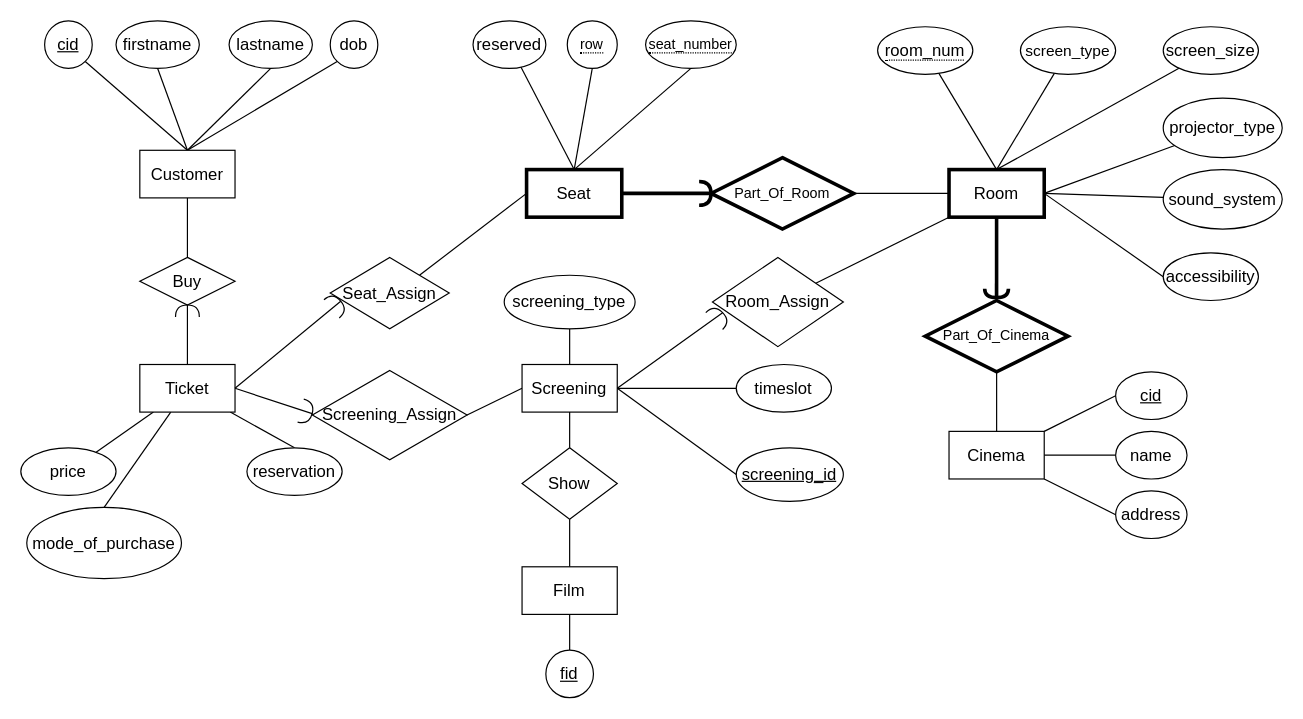
This is Assignment 1/ER Diagram.drawio from nguyen-gia-hien-tu/CS3DB3, a draw.io file, before an edit. Source tidied: cells renumbered, new cells numbered last; positions are measured from the earlier drawing's top-left corner, leaving out a move shared by most shapes. Both pictures are drawn from the tidied source at 119%, with x=0, y=0 at pixel (20, 20).
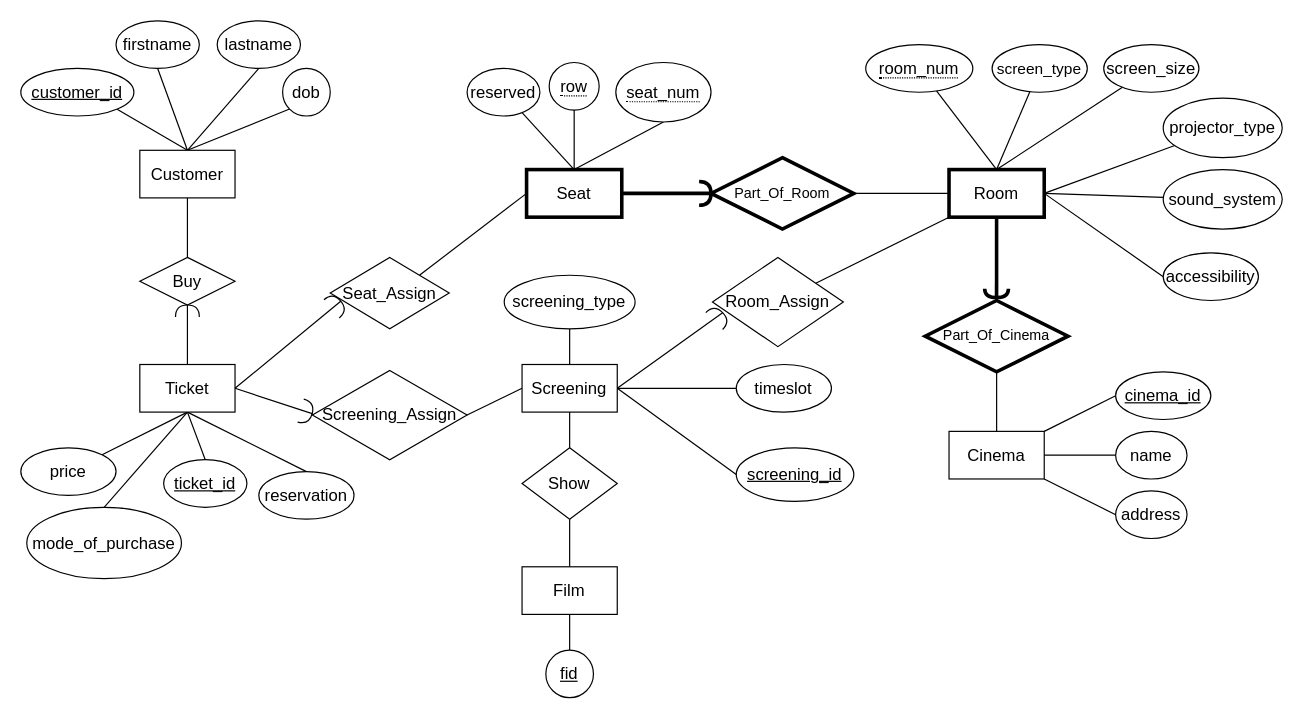
The same diagram, later.

The change refers to these unchanged cells:
```xml
<mxCell id="55" value="Ticket" style="whiteSpace=wrap;html=1;align=center;fontSize=14;strokeWidth=1;" parent="1" vertex="1">
  <mxGeometry x="100" y="288.8" width="80" height="40" as="geometry" />
</mxCell>
<mxCell id="56" value="mode_of_purchase" style="ellipse;whiteSpace=wrap;html=1;align=center;fontSize=14;strokeWidth=1;" parent="1" vertex="1">
  <mxGeometry x="5" y="408.8" width="130" height="60" as="geometry" />
</mxCell>
<mxCell id="57" value="price" style="ellipse;whiteSpace=wrap;html=1;align=center;fontSize=14;strokeWidth=1;" parent="1" vertex="1">
  <mxGeometry y="358.8" width="80" height="40" as="geometry" />
</mxCell>
```

Diff of the diagram source:
```diff
@@
     <mxCell id="14" value="&lt;span style=&quot;border-bottom: 1px dotted ; font-size: 14px&quot;&gt;room_num&lt;/span&gt;" style="ellipse;whiteSpace=wrap;html=1;align=center;strokeWidth=1;fontStyle=0;" parent="1" vertex="1">
-      <mxGeometry x="720" y="5" width="80" height="40" as="geometry" />
+      <mxGeometry x="710" y="20" width="90" height="40" as="geometry" />
     </mxCell>
@@
     <mxCell id="16" value="screen_type" style="ellipse;whiteSpace=wrap;html=1;align=center;strokeWidth=1;fontSize=13;" parent="1" vertex="1">
-      <mxGeometry x="840" y="5" width="80" height="40" as="geometry" />
+      <mxGeometry x="816.2" y="20" width="80" height="40" as="geometry" />
     </mxCell>
@@
     <mxCell id="20" value="screen_size" style="ellipse;whiteSpace=wrap;html=1;align=center;strokeWidth=1;fontSize=14;" parent="1" vertex="1">
-      <mxGeometry x="960" y="5" width="80" height="40" as="geometry" />
+      <mxGeometry x="910" y="20" width="80" height="40" as="geometry" />
     </mxCell>
@@
     <mxCell id="34" value="reserved" style="ellipse;whiteSpace=wrap;html=1;align=center;fontSize=14;strokeWidth=1;" parent="1" vertex="1">
-      <mxGeometry x="380" width="61.2" height="40" as="geometry" />
+      <mxGeometry x="375" y="40" width="61.2" height="40" as="geometry" />
     </mxCell>
@@
-    <mxCell id="51" style="edgeStyle=none;rounded=0;jettySize=auto;html=1;entryX=0.5;entryY=0;entryDx=0;entryDy=0;fontSize=14;endArrow=none;strokeWidth=1;" parent="1" edge="1" source="55" target="56">
+    <mxCell id="51" style="edgeStyle=none;rounded=0;jettySize=auto;html=1;entryX=0.5;entryY=0;entryDx=0;entryDy=0;fontSize=14;endArrow=none;strokeWidth=1;exitX=0.5;exitY=1;exitDx=0;exitDy=0;" parent="1" edge="1" source="55" target="56">
       <mxGeometry relative="1" as="geometry" />
     </mxCell>
-    <mxCell id="52" style="edgeStyle=none;rounded=0;jettySize=auto;html=1;fontSize=14;endArrow=none;strokeWidth=1;" parent="1" edge="1" source="55" target="57">
+    <mxCell id="52" style="edgeStyle=none;rounded=0;jettySize=auto;html=1;fontSize=14;endArrow=none;strokeWidth=1;exitX=0.5;exitY=1;exitDx=0;exitDy=0;" parent="1" edge="1" source="55" target="57">
       <mxGeometry relative="1" as="geometry" />
     </mxCell>
-    <mxCell id="53" style="edgeStyle=none;rounded=0;jettySize=auto;html=1;entryX=0.5;entryY=0;entryDx=0;entryDy=0;fontSize=14;endArrow=none;strokeWidth=1;" parent="1" edge="1" source="55" target="58">
+    <mxCell id="53" style="edgeStyle=none;rounded=0;jettySize=auto;html=1;entryX=0.5;entryY=0;entryDx=0;entryDy=0;fontSize=14;endArrow=none;strokeWidth=1;exitX=0.5;exitY=1;exitDx=0;exitDy=0;" parent="1" edge="1" source="55" target="58">
       <mxGeometry relative="1" as="geometry" />
     </mxCell>
@@
     <mxCell id="58" value="reservation" style="ellipse;whiteSpace=wrap;html=1;align=center;fontSize=14;strokeWidth=1;" parent="1" vertex="1">
-      <mxGeometry x="190" y="358.8" width="80" height="40" as="geometry" />
+      <mxGeometry x="200" y="378.8" width="80" height="40" as="geometry" />
     </mxCell>
@@
-    <mxCell id="69" value="cid" style="ellipse;whiteSpace=wrap;html=1;align=center;fontStyle=4;hachureGap=4;strokeWidth=1;fontSize=14;" parent="1" vertex="1">
-      <mxGeometry x="920" y="295" width="60" height="40" as="geometry" />
+    <mxCell id="69" value="cinema_id" style="ellipse;whiteSpace=wrap;html=1;align=center;fontStyle=4;hachureGap=4;strokeWidth=1;fontSize=14;" parent="1" vertex="1">
+      <mxGeometry x="920" y="295" width="80" height="40" as="geometry" />
     </mxCell>
@@
-    <mxCell id="77" value="&lt;span style=&quot;border-bottom: 1px dotted&quot;&gt;seat_number&lt;/span&gt;" style="ellipse;whiteSpace=wrap;html=1;align=center;hachureGap=4;" parent="1" vertex="1">
-      <mxGeometry x="525" width="76.2" height="40" as="geometry" />
+    <mxCell id="77" value="&lt;span style=&quot;border-bottom: 1px dotted ; font-size: 14px&quot;&gt;seat_num&lt;/span&gt;" style="ellipse;whiteSpace=wrap;html=1;align=center;hachureGap=4;fontSize=14;" parent="1" vertex="1">
+      <mxGeometry x="500" y="35" width="80" height="50" as="geometry" />
     </mxCell>
-    <mxCell id="78" value="&lt;span style=&quot;border-bottom: 1px dotted&quot;&gt;row&lt;/span&gt;" style="ellipse;whiteSpace=wrap;html=1;align=center;hachureGap=4;" parent="1" vertex="1">
-      <mxGeometry x="459.2" width="42" height="40" as="geometry" />
+    <mxCell id="78" value="&lt;span style=&quot;border-bottom: 1px dotted; font-size: 14px;&quot;&gt;row&lt;/span&gt;" style="ellipse;whiteSpace=wrap;html=1;align=center;hachureGap=4;fontSize=14;" parent="1" vertex="1">
+      <mxGeometry x="444" y="35" width="42" height="40" as="geometry" />
     </mxCell>
@@
-    <mxCell id="80" value="&lt;font style=&quot;font-size: 14px&quot;&gt;cid&lt;/font&gt;" style="ellipse;whiteSpace=wrap;html=1;align=center;fontStyle=4;hachureGap=4;" parent="1" vertex="1">
-      <mxGeometry x="20" width="40" height="40" as="geometry" />
+    <mxCell id="80" value="&lt;font style=&quot;font-size: 14px&quot;&gt;customer_id&lt;/font&gt;" style="ellipse;whiteSpace=wrap;html=1;align=center;fontStyle=4;hachureGap=4;" parent="1" vertex="1">
+      <mxGeometry y="40" width="95" height="40" as="geometry" />
     </mxCell>
@@
     <mxCell id="82" value="&lt;font style=&quot;font-size: 14px&quot;&gt;lastname&lt;/font&gt;" style="ellipse;whiteSpace=wrap;html=1;align=center;hachureGap=4;" parent="1" vertex="1">
-      <mxGeometry x="175" width="70" height="40" as="geometry" />
+      <mxGeometry x="165" width="70" height="40" as="geometry" />
     </mxCell>
     <mxCell id="83" value="&lt;font style=&quot;font-size: 14px&quot;&gt;dob&lt;/font&gt;" style="ellipse;whiteSpace=wrap;html=1;align=center;hachureGap=4;" parent="1" vertex="1">
-      <mxGeometry x="260" width="40" height="40" as="geometry" />
+      <mxGeometry x="220" y="40" width="40" height="40" as="geometry" />
     </mxCell>
     <mxCell id="84" value="screening_id" style="ellipse;whiteSpace=wrap;html=1;align=center;fontStyle=4;hachureGap=4;strokeWidth=1;fontSize=14;" parent="1" vertex="1">
-      <mxGeometry x="601.2" y="358.8" width="90" height="45" as="geometry" />
+      <mxGeometry x="601.2" y="358.8" width="98.8" height="45" as="geometry" />
     </mxCell>
+    <mxCell id="85" value="&lt;font style=&quot;font-size: 14px;&quot;&gt;ticket_id&lt;/font&gt;" style="ellipse;whiteSpace=wrap;html=1;align=center;fontStyle=4;hachureGap=4;fontSize=14;" parent="1" vertex="1">
+      <mxGeometry x="120" y="368.8" width="70" height="40" as="geometry" />
+    </mxCell>
+    <mxCell id="86" style="edgeStyle=none;curved=1;rounded=0;jettySize=auto;html=1;entryX=0.5;entryY=0;entryDx=0;entryDy=0;endArrow=none;endFill=0;startSize=14;endSize=14;sourcePerimeterSpacing=8;targetPerimeterSpacing=8;exitX=0.5;exitY=1;exitDx=0;exitDy=0;" parent="1" edge="1" source="55" target="85">
+      <mxGeometry relative="1" as="geometry" />
+    </mxCell>
```
